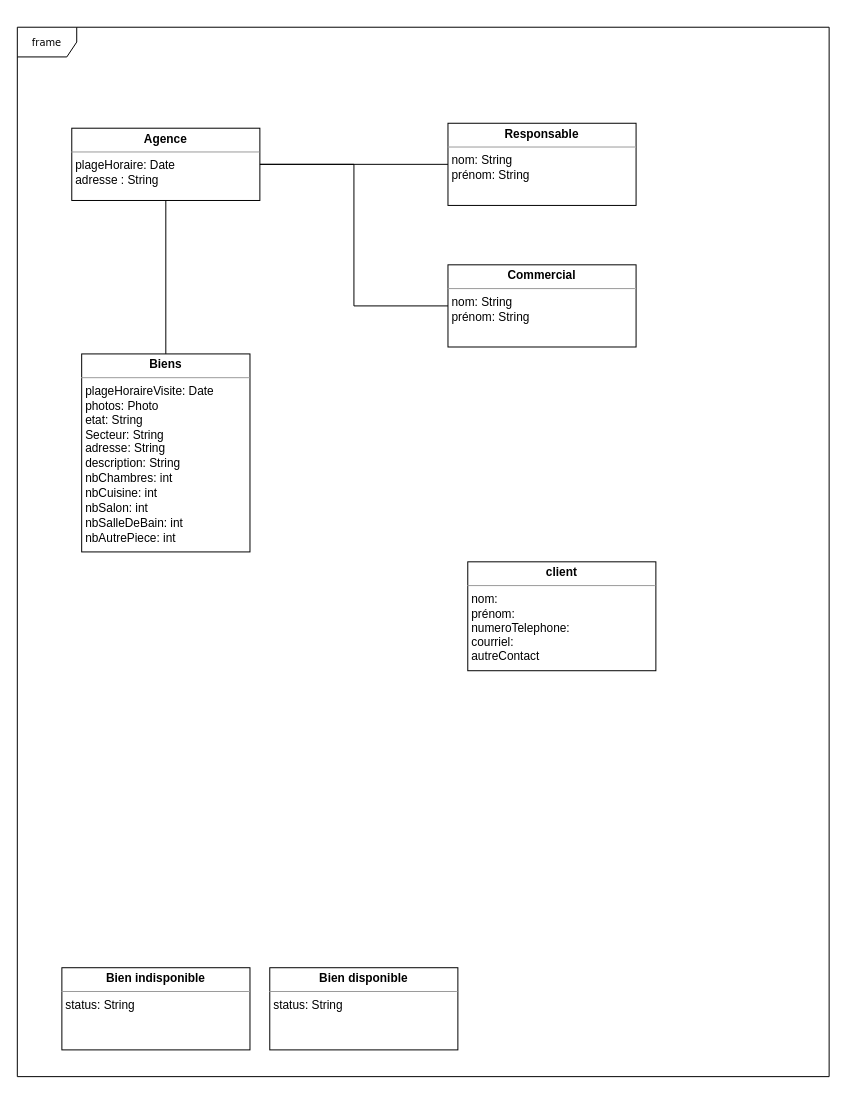
thibault0712/SAE-1.03 keeps this draw.io diagram as Diagramme sans nom.drawio. Above is the earlier version. Source tidied: cells renumbered, new cells numbered last; positions are measured from the earlier drawing's top-left corner, leaving out a move shared by most shapes. Both pictures are drawn from the tidied source at 99%, with x=0, y=0 at pixel (17, 27).
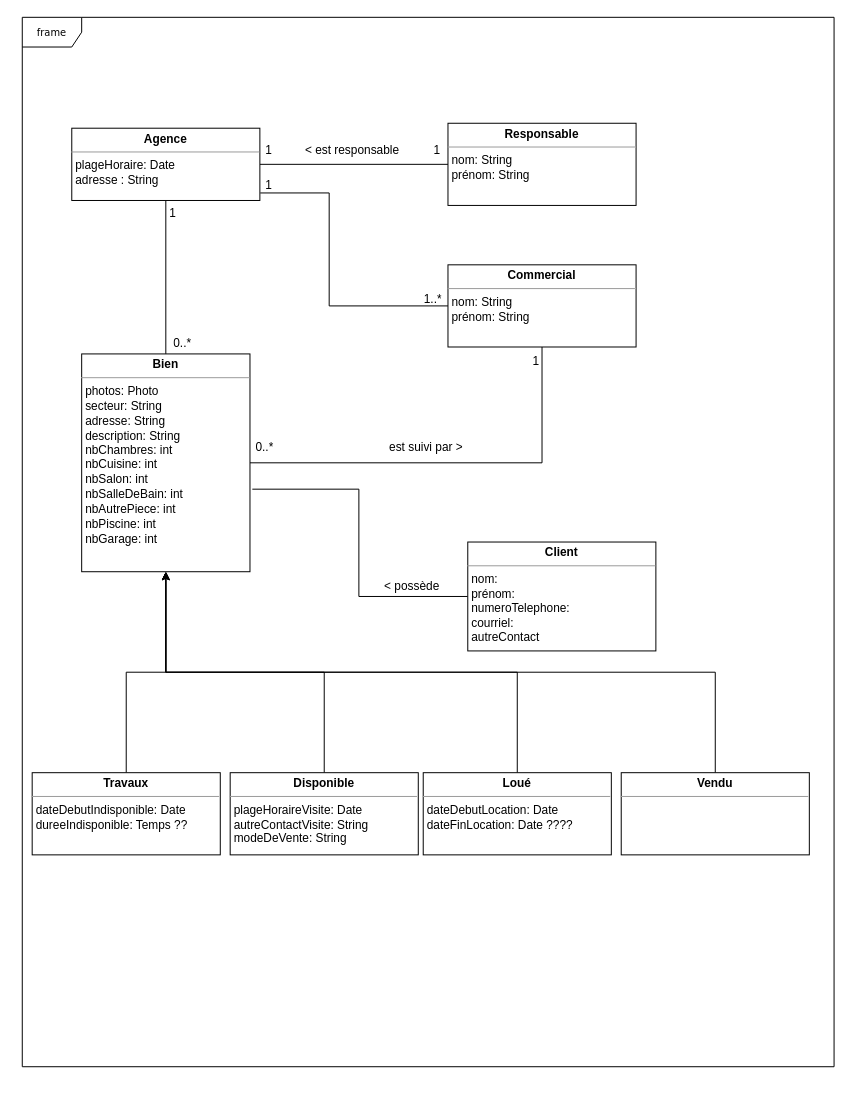
Above is the later version.

Commit message:
Mettre à jour Diagramme sans nom.drawio

Unchanged cells that the change refers to:
```xml
<mxCell id="4" value="&lt;p style=&quot;margin:0px;margin-top:4px;text-align:center;&quot;&gt;&lt;b&gt;Agence&lt;/b&gt;&lt;/p&gt;&lt;hr size=&quot;1&quot;&gt;&lt;p style=&quot;margin:0px;margin-left:4px;&quot;&gt;plageHoraire: Date&lt;/p&gt;&lt;p style=&quot;margin:0px;margin-left:4px;&quot;&gt;adresse : String&lt;br&gt;&lt;/p&gt;&lt;p style=&quot;margin:0px;margin-left:4px;&quot;&gt;&lt;br&gt;&lt;/p&gt;" style="verticalAlign=top;align=left;overflow=fill;fontSize=12;fontFamily=Helvetica;html=1;rounded=0;shadow=0;comic=0;labelBackgroundColor=none;strokeWidth=1;" parent="1" vertex="1">
  <mxGeometry x="55" y="102" width="190" height="73" as="geometry" />
</mxCell>
<mxCell id="6" value="&lt;p style=&quot;margin:0px;margin-top:4px;text-align:center;&quot;&gt;&lt;b&gt;Commercial&lt;/b&gt;&lt;/p&gt;&lt;hr size=&quot;1&quot;&gt;&lt;p style=&quot;margin:0px;margin-left:4px;&quot;&gt;nom: String&lt;br&gt;&lt;/p&gt;&lt;p style=&quot;margin:0px;margin-left:4px;&quot;&gt;prénom: String&lt;/p&gt;&lt;p style=&quot;margin:0px;margin-left:4px;&quot;&gt;&lt;br&gt;&lt;/p&gt;&lt;p style=&quot;margin:0px;margin-left:4px;&quot;&gt;&lt;br&gt;&lt;/p&gt;" style="verticalAlign=top;align=left;overflow=fill;fontSize=12;fontFamily=Helvetica;html=1;rounded=0;shadow=0;comic=0;labelBackgroundColor=none;strokeWidth=1;" parent="1" vertex="1">
  <mxGeometry x="435" y="240" width="190" height="83" as="geometry" />
</mxCell>
```

What changed in the source:
```diff
@@
     <mxCell id="2" value="frame" style="shape=umlFrame;whiteSpace=wrap;html=1;rounded=0;shadow=0;comic=0;labelBackgroundColor=none;strokeWidth=1;fontFamily=Verdana;fontSize=10;align=center;" parent="1" vertex="1">
-      <mxGeometry width="820" height="1060" as="geometry" />
+      <mxGeometry x="5" y="-10" width="820" height="1060" as="geometry" />
     </mxCell>
@@
+    <mxCell id="13" style="edgeStyle=orthogonalEdgeStyle;rounded=0;jettySize=auto;html=1;exitX=0.5;exitY=1;exitDx=0;exitDy=0;entryX=0.5;entryY=0;entryDx=0;entryDy=0;endArrow=none;endFill=0;" parent="1" edge="1" source="4" target="9">
+      <mxGeometry relative="1" as="geometry" />
+    </mxCell>
@@
+    <mxCell id="14" style="edgeStyle=orthogonalEdgeStyle;rounded=0;jettySize=auto;html=1;exitX=0.5;exitY=1;exitDx=0;exitDy=0;entryX=1;entryY=0.5;entryDx=0;entryDy=0;endArrow=none;endFill=0;" parent="1" edge="1" source="6" target="9">
+      <mxGeometry relative="1" as="geometry" />
+    </mxCell>
-    <mxCell id="5" style="edgeStyle=orthogonalEdgeStyle;rounded=0;jettySize=auto;html=1;exitX=0;exitY=0.5;exitDx=0;exitDy=0;entryX=1;entryY=0.5;entryDx=0;entryDy=0;endArrow=none;endFill=0;" parent="1" edge="1" source="6" target="4">
-      <mxGeometry relative="1" as="geometry" />
+    <mxCell id="5" style="edgeStyle=orthogonalEdgeStyle;rounded=0;jettySize=auto;html=1;exitX=0;exitY=0.5;exitDx=0;exitDy=0;entryX=1.002;entryY=0.896;entryDx=0;entryDy=0;endArrow=none;endFill=0;entryPerimeter=0;" parent="1" edge="1" source="6" target="4">
+      <mxGeometry relative="1" as="geometry">
+        <Array as="points">
+          <mxPoint x="315" y="282" />
+          <mxPoint x="315" y="167" />
+        </Array>
+      </mxGeometry>
     </mxCell>
@@
-    <mxCell id="8" style="edgeStyle=orthogonalEdgeStyle;rounded=0;jettySize=auto;html=1;exitX=0.5;exitY=0;exitDx=0;exitDy=0;endArrow=none;endFill=0;" parent="1" edge="1" source="9" target="4">
-      <mxGeometry relative="1" as="geometry" />
-    </mxCell>
-    <mxCell id="9" value="&lt;p style=&quot;margin:0px;margin-top:4px;text-align:center;&quot;&gt;&lt;b&gt;Biens&lt;/b&gt;&lt;/p&gt;&lt;hr size=&quot;1&quot;&gt;&lt;p style=&quot;margin:0px;margin-left:4px;&quot;&gt;plageHoraireVisite: Date&lt;br&gt;&lt;/p&gt;&lt;p style=&quot;margin:0px;margin-left:4px;&quot;&gt;photos: Photo&lt;/p&gt;&lt;p style=&quot;margin:0px;margin-left:4px;&quot;&gt;etat: String&lt;/p&gt;&lt;p style=&quot;margin:0px;margin-left:4px;&quot;&gt;&lt;span style=&quot;line-height: 116%;&quot;&gt;&lt;font style=&quot;font-size: 12px;&quot;&gt;Secteur: String&lt;br&gt;adresse: String&lt;/font&gt;&lt;/span&gt;&lt;/p&gt;&lt;p style=&quot;margin:0px;margin-left:4px;&quot;&gt;&lt;span style=&quot;line-height: 116%;&quot;&gt;&lt;font style=&quot;font-size: 12px;&quot;&gt;description: String&lt;/font&gt;&lt;/span&gt;&lt;/p&gt;&lt;p style=&quot;margin:0px;margin-left:4px;&quot;&gt;&lt;span style=&quot;line-height: 116%;&quot;&gt;&lt;font style=&quot;font-size: 12px;&quot;&gt;nbChambres: int&lt;/font&gt;&lt;/span&gt;&lt;/p&gt;&lt;p style=&quot;margin:0px;margin-left:4px;&quot;&gt;&lt;span style=&quot;line-height: 116%;&quot;&gt;&lt;font style=&quot;font-size: 12px;&quot;&gt;nbCuisine: int&lt;/font&gt;&lt;/span&gt;&lt;/p&gt;&lt;p style=&quot;margin:0px;margin-left:4px;&quot;&gt;&lt;span style=&quot;line-height: 116%;&quot;&gt;&lt;font style=&quot;font-size: 12px;&quot;&gt;nbSalon: int&amp;nbsp;&lt;/font&gt;&lt;/span&gt;&lt;/p&gt;&lt;p style=&quot;margin:0px;margin-left:4px;&quot;&gt;&lt;font style=&quot;font-size: 12px;&quot;&gt;&lt;span style=&quot;line-height: 116%;&quot;&gt;nbSalleDeBain: int&amp;nbsp;&lt;/span&gt;&lt;/font&gt;&lt;/p&gt;&lt;p style=&quot;margin:0px;margin-left:4px;&quot;&gt;&lt;font style=&quot;font-size: 12px;&quot;&gt;&lt;span style=&quot;line-height: 116%;&quot;&gt;nbAutrePiece: int&lt;/span&gt;&lt;/font&gt;&lt;/p&gt;" style="verticalAlign=top;align=left;overflow=fill;fontSize=12;fontFamily=Helvetica;html=1;rounded=0;shadow=0;comic=0;labelBackgroundColor=none;strokeWidth=1;" parent="1" vertex="1">
-      <mxGeometry x="65" y="330" width="170" height="200" as="geometry" />
+    <mxCell id="9" value="&lt;p style=&quot;margin:0px;margin-top:4px;text-align:center;&quot;&gt;&lt;b&gt;Bien&lt;/b&gt;&lt;/p&gt;&lt;hr size=&quot;1&quot;&gt;&lt;p style=&quot;margin:0px;margin-left:4px;&quot;&gt;&lt;span style=&quot;background-color: initial;&quot;&gt;photos: Photo&lt;/span&gt;&lt;/p&gt;&lt;p style=&quot;margin:0px;margin-left:4px;&quot;&gt;&lt;span style=&quot;line-height: 116%;&quot;&gt;&lt;font style=&quot;font-size: 12px;&quot;&gt;secteur: String&lt;br&gt;adresse: String&lt;/font&gt;&lt;/span&gt;&lt;/p&gt;&lt;p style=&quot;margin:0px;margin-left:4px;&quot;&gt;&lt;span style=&quot;line-height: 116%;&quot;&gt;&lt;font style=&quot;font-size: 12px;&quot;&gt;description: String&lt;/font&gt;&lt;/span&gt;&lt;/p&gt;&lt;p style=&quot;margin:0px;margin-left:4px;&quot;&gt;&lt;span style=&quot;line-height: 116%;&quot;&gt;&lt;font style=&quot;font-size: 12px;&quot;&gt;nbChambres: int&lt;/font&gt;&lt;/span&gt;&lt;/p&gt;&lt;p style=&quot;margin:0px;margin-left:4px;&quot;&gt;&lt;span style=&quot;line-height: 116%;&quot;&gt;&lt;font style=&quot;font-size: 12px;&quot;&gt;nbCuisine: int&lt;/font&gt;&lt;/span&gt;&lt;/p&gt;&lt;p style=&quot;margin:0px;margin-left:4px;&quot;&gt;&lt;span style=&quot;line-height: 116%;&quot;&gt;&lt;font style=&quot;font-size: 12px;&quot;&gt;nbSalon: int&amp;nbsp;&lt;/font&gt;&lt;/span&gt;&lt;/p&gt;&lt;p style=&quot;margin:0px;margin-left:4px;&quot;&gt;&lt;font style=&quot;font-size: 12px;&quot;&gt;&lt;span style=&quot;line-height: 116%;&quot;&gt;nbSalleDeBain: int&amp;nbsp;&lt;/span&gt;&lt;/font&gt;&lt;/p&gt;&lt;p style=&quot;margin:0px;margin-left:4px;&quot;&gt;&lt;font style=&quot;font-size: 12px;&quot;&gt;&lt;span style=&quot;line-height: 116%;&quot;&gt;nbAutrePiece: int&lt;/span&gt;&lt;/font&gt;&lt;/p&gt;&lt;p style=&quot;margin:0px;margin-left:4px;&quot;&gt;&lt;font style=&quot;font-size: 12px;&quot;&gt;&lt;span style=&quot;line-height: 116%;&quot;&gt;nbPiscine: int&lt;/span&gt;&lt;/font&gt;&lt;/p&gt;&lt;p style=&quot;margin:0px;margin-left:4px;&quot;&gt;&lt;font style=&quot;font-size: 12px;&quot;&gt;&lt;span style=&quot;line-height: 116%;&quot;&gt;nbGarage: int&lt;/span&gt;&lt;/font&gt;&lt;/p&gt;" style="verticalAlign=top;align=left;overflow=fill;fontSize=12;fontFamily=Helvetica;html=1;rounded=0;shadow=0;comic=0;labelBackgroundColor=none;strokeWidth=1;" parent="1" vertex="1">
+      <mxGeometry x="65" y="330" width="170" height="220" as="geometry" />
     </mxCell>
+    <mxCell id="15" style="edgeStyle=orthogonalEdgeStyle;rounded=0;jettySize=auto;html=1;exitX=0;exitY=0.5;exitDx=0;exitDy=0;entryX=1.014;entryY=0.621;entryDx=0;entryDy=0;entryPerimeter=0;endArrow=none;endFill=0;" parent="1" edge="1" source="10" target="9">
+      <mxGeometry relative="1" as="geometry" />
+    </mxCell>
-    <mxCell id="10" value="&lt;p style=&quot;margin:0px;margin-top:4px;text-align:center;&quot;&gt;&lt;b&gt;client&lt;/b&gt;&lt;/p&gt;&lt;hr size=&quot;1&quot;&gt;&lt;p style=&quot;margin:0px;margin-left:4px;&quot;&gt;nom:&lt;/p&gt;&lt;p style=&quot;margin:0px;margin-left:4px;&quot;&gt;prénom:&lt;/p&gt;&lt;p style=&quot;margin:0px;margin-left:4px;&quot;&gt;numeroTelephone:&lt;/p&gt;&lt;p style=&quot;margin:0px;margin-left:4px;&quot;&gt;courriel:&lt;/p&gt;&lt;p style=&quot;margin:0px;margin-left:4px;&quot;&gt;autreContact&lt;/p&gt;&lt;p style=&quot;margin:0px;margin-left:4px;&quot;&gt;&lt;br&gt;&lt;/p&gt;&lt;p style=&quot;margin:0px;margin-left:4px;&quot;&gt;&lt;br&gt;&lt;/p&gt;" style="verticalAlign=top;align=left;overflow=fill;fontSize=12;fontFamily=Helvetica;html=1;rounded=0;shadow=0;comic=0;labelBackgroundColor=none;strokeWidth=1;" parent="1" vertex="1">
-      <mxGeometry x="455" y="540" width="190" height="110" as="geometry" />
+    <mxCell id="10" value="&lt;p style=&quot;margin:0px;margin-top:4px;text-align:center;&quot;&gt;&lt;b&gt;Client&lt;/b&gt;&lt;/p&gt;&lt;hr size=&quot;1&quot;&gt;&lt;p style=&quot;margin:0px;margin-left:4px;&quot;&gt;nom:&lt;/p&gt;&lt;p style=&quot;margin:0px;margin-left:4px;&quot;&gt;prénom:&lt;/p&gt;&lt;p style=&quot;margin:0px;margin-left:4px;&quot;&gt;numeroTelephone:&lt;/p&gt;&lt;p style=&quot;margin:0px;margin-left:4px;&quot;&gt;courriel:&lt;/p&gt;&lt;p style=&quot;margin:0px;margin-left:4px;&quot;&gt;autreContact&lt;/p&gt;&lt;p style=&quot;margin:0px;margin-left:4px;&quot;&gt;&lt;br&gt;&lt;/p&gt;&lt;p style=&quot;margin:0px;margin-left:4px;&quot;&gt;&lt;br&gt;&lt;/p&gt;" style="verticalAlign=top;align=left;overflow=fill;fontSize=12;fontFamily=Helvetica;html=1;rounded=0;shadow=0;comic=0;labelBackgroundColor=none;strokeWidth=1;" parent="1" vertex="1">
+      <mxGeometry x="455" y="520" width="190" height="110" as="geometry" />
     </mxCell>
+    <mxCell id="16" style="edgeStyle=orthogonalEdgeStyle;rounded=0;jettySize=auto;html=1;exitX=0.5;exitY=0;exitDx=0;exitDy=0;entryX=0.5;entryY=1;entryDx=0;entryDy=0;" parent="1" edge="1" source="11" target="9">
+      <mxGeometry relative="1" as="geometry" />
+    </mxCell>
-    <mxCell id="11" value="&lt;p style=&quot;margin:0px;margin-top:4px;text-align:center;&quot;&gt;&lt;b&gt;Bien disponible&lt;/b&gt;&lt;br&gt;&lt;/p&gt;&lt;hr size=&quot;1&quot;&gt;&lt;p style=&quot;margin:0px;margin-left:4px;&quot;&gt;status: String&lt;br&gt;&lt;/p&gt;&lt;p style=&quot;margin:0px;margin-left:4px;&quot;&gt;&lt;br&gt;&lt;/p&gt;&lt;p style=&quot;margin:0px;margin-left:4px;&quot;&gt;&lt;br&gt;&lt;/p&gt;" style="verticalAlign=top;align=left;overflow=fill;fontSize=12;fontFamily=Helvetica;html=1;rounded=0;shadow=0;comic=0;labelBackgroundColor=none;strokeWidth=1;" parent="1" vertex="1">
-      <mxGeometry x="255" y="950" width="190" height="83" as="geometry" />
+    <mxCell id="11" value="&lt;p style=&quot;margin:0px;margin-top:4px;text-align:center;&quot;&gt;&lt;b&gt;Disponible&lt;/b&gt;&lt;br&gt;&lt;/p&gt;&lt;hr size=&quot;1&quot;&gt;&lt;p style=&quot;margin:0px;margin-left:4px;&quot;&gt;&lt;span style=&quot;background-color: initial;&quot;&gt;plageHoraireVisite: Date&lt;/span&gt;&lt;br&gt;&lt;/p&gt;&lt;p style=&quot;margin:0px;margin-left:4px;&quot;&gt;&lt;span style=&quot;background-color: initial;&quot;&gt;autreContactVisite: String&lt;/span&gt;&lt;/p&gt;&lt;p style=&quot;margin:0px;margin-left:4px;&quot;&gt;&lt;span style=&quot;background-color: initial;&quot;&gt;modeDeVente: String&lt;/span&gt;&lt;/p&gt;&lt;p style=&quot;margin:0px;margin-left:4px;&quot;&gt;&lt;br&gt;&lt;/p&gt;&lt;p style=&quot;margin:0px;margin-left:4px;&quot;&gt;&lt;br&gt;&lt;/p&gt;" style="verticalAlign=top;align=left;overflow=fill;fontSize=12;fontFamily=Helvetica;html=1;rounded=0;shadow=0;comic=0;labelBackgroundColor=none;strokeWidth=1;" parent="1" vertex="1">
+      <mxGeometry x="215" y="753" width="190" height="83" as="geometry" />
     </mxCell>
+    <mxCell id="17" style="edgeStyle=orthogonalEdgeStyle;rounded=0;jettySize=auto;html=1;exitX=0.5;exitY=0;exitDx=0;exitDy=0;" parent="1" edge="1" source="12" target="9">
+      <mxGeometry relative="1" as="geometry" />
+    </mxCell>
-    <mxCell id="12" value="&lt;p style=&quot;margin:0px;margin-top:4px;text-align:center;&quot;&gt;&lt;b&gt;Bien indisponible&lt;/b&gt;&lt;br&gt;&lt;/p&gt;&lt;hr size=&quot;1&quot;&gt;&lt;p style=&quot;margin:0px;margin-left:4px;&quot;&gt;status: String&lt;br&gt;&lt;/p&gt;&lt;p style=&quot;margin:0px;margin-left:4px;&quot;&gt;&lt;br&gt;&lt;/p&gt;&lt;p style=&quot;margin:0px;margin-left:4px;&quot;&gt;&lt;br&gt;&lt;/p&gt;" style="verticalAlign=top;align=left;overflow=fill;fontSize=12;fontFamily=Helvetica;html=1;rounded=0;shadow=0;comic=0;labelBackgroundColor=none;strokeWidth=1;" parent="1" vertex="1">
-      <mxGeometry x="45" y="950" width="190" height="83" as="geometry" />
+    <mxCell id="12" value="&lt;p style=&quot;margin:0px;margin-top:4px;text-align:center;&quot;&gt;&lt;b&gt;Travaux&lt;/b&gt;&lt;br&gt;&lt;/p&gt;&lt;hr size=&quot;1&quot;&gt;&lt;p style=&quot;margin:0px;margin-left:4px;&quot;&gt;dateDebutIndisponible: Date&lt;/p&gt;&lt;p style=&quot;margin:0px;margin-left:4px;&quot;&gt;dureeIndisponible: Temps ??&lt;/p&gt;&lt;p style=&quot;margin:0px;margin-left:4px;&quot;&gt;&lt;br&gt;&lt;/p&gt;&lt;p style=&quot;margin:0px;margin-left:4px;&quot;&gt;&lt;br&gt;&lt;/p&gt;" style="verticalAlign=top;align=left;overflow=fill;fontSize=12;fontFamily=Helvetica;html=1;rounded=0;shadow=0;comic=0;labelBackgroundColor=none;strokeWidth=1;" parent="1" vertex="1">
+      <mxGeometry x="15" y="753" width="190" height="83" as="geometry" />
     </mxCell>
+    <mxCell id="18" value="est suivi par &amp;gt;" style="text;strokeColor=none;fillColor=none;align=left;verticalAlign=middle;spacingLeft=4;spacingRight=4;overflow=hidden;whiteSpace=wrap;html=1;" parent="1" vertex="1">
+      <mxGeometry x="370" y="410" width="95" height="30" as="geometry" />
+    </mxCell>
+    <mxCell id="19" value="&amp;lt; possède" style="text;strokeColor=none;fillColor=none;align=left;verticalAlign=middle;spacingLeft=4;spacingRight=4;overflow=hidden;whiteSpace=wrap;html=1;" parent="1" vertex="1">
+      <mxGeometry x="365" y="550" width="80" height="30" as="geometry" />
+    </mxCell>
+    <mxCell id="20" style="edgeStyle=orthogonalEdgeStyle;rounded=0;jettySize=auto;html=1;exitX=0.5;exitY=0;exitDx=0;exitDy=0;" parent="1" edge="1" source="21" target="9">
+      <mxGeometry relative="1" as="geometry" />
+    </mxCell>
+    <mxCell id="21" value="&lt;p style=&quot;margin:0px;margin-top:4px;text-align:center;&quot;&gt;&lt;b&gt;Vendu&lt;/b&gt;&lt;br&gt;&lt;/p&gt;&lt;hr size=&quot;1&quot;&gt;&lt;p style=&quot;margin:0px;margin-left:4px;&quot;&gt;&lt;br&gt;&lt;/p&gt;&lt;p style=&quot;margin:0px;margin-left:4px;&quot;&gt;&lt;br&gt;&lt;/p&gt;&lt;p style=&quot;margin:0px;margin-left:4px;&quot;&gt;&lt;br&gt;&lt;/p&gt;" style="verticalAlign=top;align=left;overflow=fill;fontSize=12;fontFamily=Helvetica;html=1;rounded=0;shadow=0;comic=0;labelBackgroundColor=none;strokeWidth=1;" parent="1" vertex="1">
+      <mxGeometry x="610" y="753" width="190" height="83" as="geometry" />
+    </mxCell>
+    <mxCell id="22" style="edgeStyle=orthogonalEdgeStyle;rounded=0;jettySize=auto;html=1;exitX=0.5;exitY=0;exitDx=0;exitDy=0;" parent="1" edge="1" source="23" target="9">
+      <mxGeometry relative="1" as="geometry" />
+    </mxCell>
+    <mxCell id="23" value="&lt;p style=&quot;margin:0px;margin-top:4px;text-align:center;&quot;&gt;&lt;b&gt;Loué&lt;/b&gt;&lt;/p&gt;&lt;hr size=&quot;1&quot;&gt;&lt;p style=&quot;margin:0px;margin-left:4px;&quot;&gt;dateDebutLocation: Date&lt;/p&gt;&lt;p style=&quot;margin:0px;margin-left:4px;&quot;&gt;dateFinLocation: Date ????&lt;/p&gt;&lt;p style=&quot;margin:0px;margin-left:4px;&quot;&gt;&lt;br&gt;&lt;/p&gt;&lt;p style=&quot;margin:0px;margin-left:4px;&quot;&gt;&lt;br&gt;&lt;/p&gt;" style="verticalAlign=top;align=left;overflow=fill;fontSize=12;fontFamily=Helvetica;html=1;rounded=0;shadow=0;comic=0;labelBackgroundColor=none;strokeWidth=1;" parent="1" vertex="1">
+      <mxGeometry x="410" y="753" width="190" height="83" as="geometry" />
+    </mxCell>
+    <mxCell id="24" value="1" style="text;strokeColor=none;fillColor=none;align=left;verticalAlign=middle;spacingLeft=4;spacingRight=4;overflow=hidden;whiteSpace=wrap;html=1;" parent="1" vertex="1">
+      <mxGeometry x="415" y="110" width="20" height="30" as="geometry" />
+    </mxCell>
+    <mxCell id="25" value="1" style="text;strokeColor=none;fillColor=none;align=left;verticalAlign=middle;spacingLeft=4;spacingRight=4;overflow=hidden;whiteSpace=wrap;html=1;" parent="1" vertex="1">
+      <mxGeometry x="245" y="110" width="20" height="30" as="geometry" />
+    </mxCell>
+    <mxCell id="26" value="&amp;lt; est responsable" style="text;strokeColor=none;fillColor=none;align=left;verticalAlign=middle;spacingLeft=4;spacingRight=4;overflow=hidden;whiteSpace=wrap;html=1;" parent="1" vertex="1">
+      <mxGeometry x="285" y="110" width="110" height="30" as="geometry" />
+    </mxCell>
+    <mxCell id="27" value="1..*" style="text;strokeColor=none;fillColor=none;align=left;verticalAlign=middle;spacingLeft=4;spacingRight=4;overflow=hidden;whiteSpace=wrap;html=1;" parent="1" vertex="1">
+      <mxGeometry x="405" y="260" width="35" height="30" as="geometry" />
+    </mxCell>
+    <mxCell id="28" value="1" style="text;strokeColor=none;fillColor=none;align=left;verticalAlign=middle;spacingLeft=4;spacingRight=4;overflow=hidden;whiteSpace=wrap;html=1;" parent="1" vertex="1">
+      <mxGeometry x="245" y="145" width="35" height="30" as="geometry" />
+    </mxCell>
+    <mxCell id="29" value="1" style="text;strokeColor=none;fillColor=none;align=left;verticalAlign=middle;spacingLeft=4;spacingRight=4;overflow=hidden;whiteSpace=wrap;html=1;" parent="1" vertex="1">
+      <mxGeometry x="148" y="173" width="20" height="30" as="geometry" />
+    </mxCell>
+    <mxCell id="30" value="0..*" style="text;strokeColor=none;fillColor=none;align=left;verticalAlign=middle;spacingLeft=4;spacingRight=4;overflow=hidden;whiteSpace=wrap;html=1;" parent="1" vertex="1">
+      <mxGeometry x="152" y="305" width="35" height="30" as="geometry" />
+    </mxCell>
+    <mxCell id="31" value="1" style="text;strokeColor=none;fillColor=none;align=left;verticalAlign=middle;spacingLeft=4;spacingRight=4;overflow=hidden;whiteSpace=wrap;html=1;" parent="1" vertex="1">
+      <mxGeometry x="515" y="323" width="20" height="30" as="geometry" />
+    </mxCell>
+    <mxCell id="32" value="0..*" style="text;strokeColor=none;fillColor=none;align=left;verticalAlign=middle;spacingLeft=4;spacingRight=4;overflow=hidden;whiteSpace=wrap;html=1;" parent="1" vertex="1">
+      <mxGeometry x="235" y="410" width="35" height="30" as="geometry" />
+    </mxCell>
```
